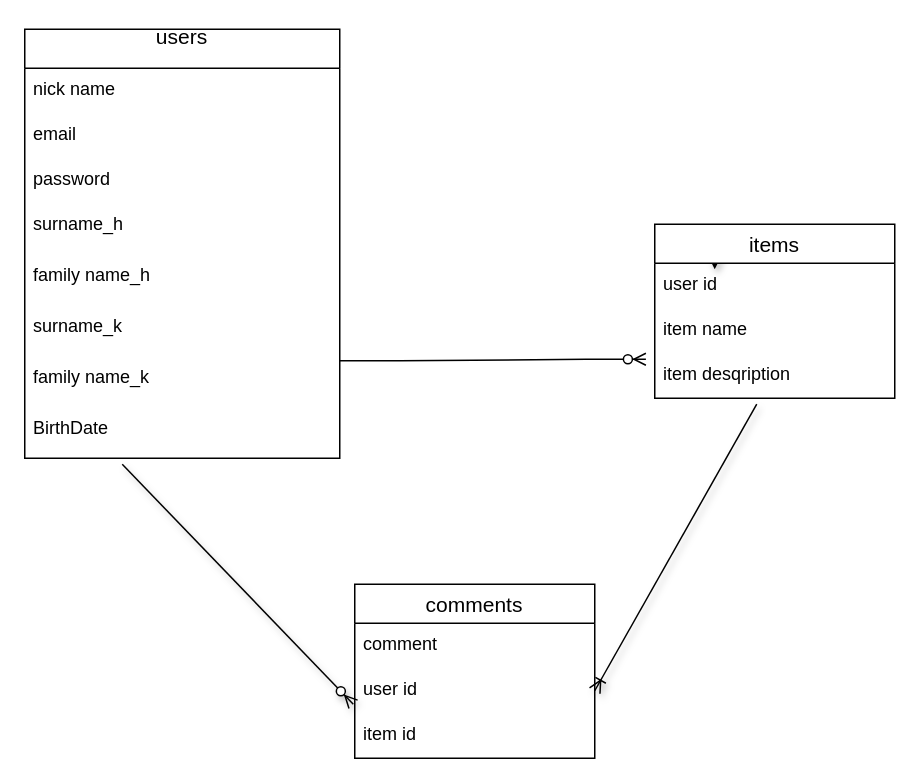
nene4869/furima-31624 keeps this draw.io diagram as .dio. Above is the earlier version. Source tidied: cells renumbered, new cells numbered last; positions are measured from the earlier drawing's top-left corner, leaving out a move shared by most shapes. Both pictures are drawn from the tidied source at 150%, with x=0, y=0 at pixel (24, 28).
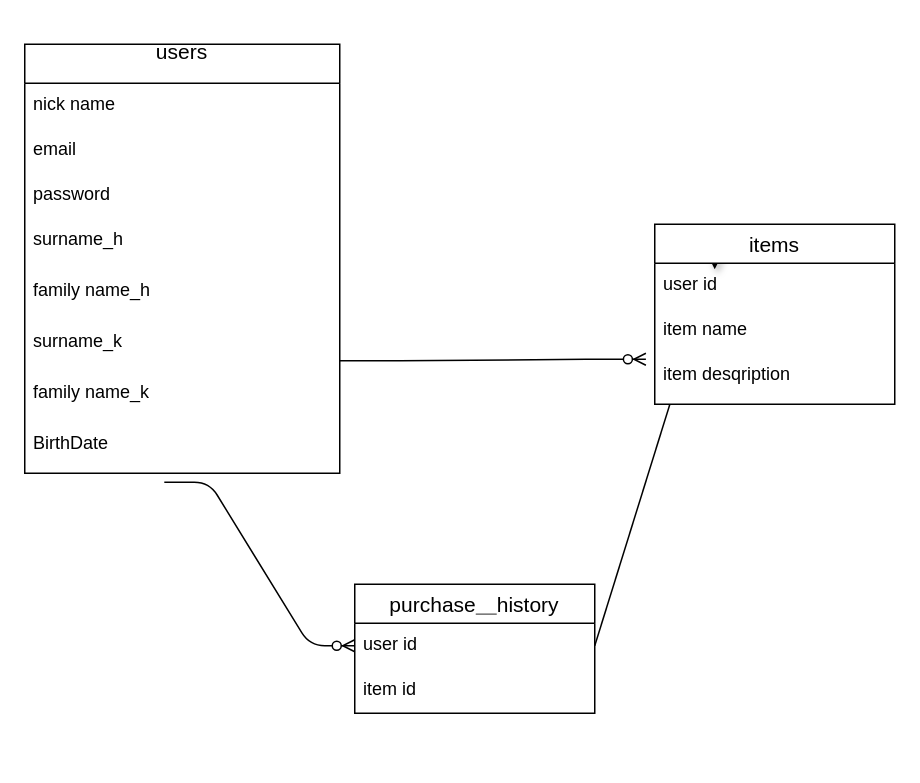
The same diagram, later.

Unchanged cells that the change refers to:
```xml
<mxCell id="13" value="BirthDate" style="text;strokeColor=none;fillColor=none;spacingLeft=4;spacingRight=4;overflow=hidden;points=[[0,0.5],[1,0.5]];portConstraint=eastwest;fontSize=12;" parent="5" vertex="1">
  <mxGeometry y="252" width="210" height="34" as="geometry" />
</mxCell>
```

What changed in the source:
```diff
@@
-    <mxCell id="3" style="fontSize=12;html=1;endArrow=ERzeroToMany;endFill=1;shadow=1;exitX=0.25;exitY=1;exitDx=0;exitDy=0;entryX=-0.006;entryY=0.8;entryDx=0;entryDy=0;entryPerimeter=0;" parent="1" edge="1" target="21">
-      <mxGeometry relative="1" as="geometry">
-        <mxPoint x="65" y="290" as="sourcePoint" />
-      </mxGeometry>
-    </mxCell>
-    <mxCell id="4" style="fontSize=12;html=1;endArrow=ERoneToMany;shadow=1;entryX=1;entryY=0.5;entryDx=0;entryDy=0;exitX=0.425;exitY=1.133;exitDx=0;exitDy=0;exitPerimeter=0;" parent="1" edge="1" source="18" target="21">
-      <mxGeometry relative="1" as="geometry" />
-    </mxCell>
     <mxCell id="5" value="users&#10;" style="swimlane;fontStyle=0;horizontal=1;startSize=26;align=center;fontSize=14;" parent="1" vertex="1">
-      <mxGeometry width="210" height="286" as="geometry" />
+      <mxGeometry y="10" width="210" height="286" as="geometry" />
     </mxCell>
@@
     <mxCell id="15" value="items" style="swimlane;fontStyle=0;horizontal=1;startSize=26;align=center;fontSize=14;" parent="1" vertex="1">
-      <mxGeometry x="420" y="130" width="160" height="116" as="geometry" />
+      <mxGeometry x="420" y="130" width="160" height="120" as="geometry" />
     </mxCell>
@@
     <mxCell id="18" value="item desqription" style="text;strokeColor=none;fillColor=none;spacingLeft=4;spacingRight=4;overflow=hidden;points=[[0,0.5],[1,0.5]];portConstraint=eastwest;fontSize=12;" parent="15" vertex="1">
-      <mxGeometry y="86" width="160" height="30" as="geometry" />
+      <mxGeometry y="86" width="160" height="34" as="geometry" />
     </mxCell>
-    <mxCell id="19" value="comments" style="swimlane;fontStyle=0;horizontal=1;startSize=26;align=center;fontSize=14;" parent="1" vertex="1">
-      <mxGeometry x="220" y="370" width="160" height="116" as="geometry" />
+    <mxCell id="19" value="purchase＿history " style="swimlane;fontStyle=0;horizontal=1;startSize=26;align=center;fontSize=14;" parent="1" vertex="1">
+      <mxGeometry x="220" y="370" width="160" height="86" as="geometry" />
     </mxCell>
-    <mxCell id="20" value="comment" style="text;strokeColor=none;fillColor=none;spacingLeft=4;spacingRight=4;overflow=hidden;fontSize=12;" parent="19" vertex="1">
-      <mxGeometry y="26" width="160" height="30" as="geometry" />
-    </mxCell>
     <mxCell id="21" value="user id" style="text;strokeColor=none;fillColor=none;spacingLeft=4;spacingRight=4;overflow=hidden;points=[[0,0.5],[1,0.5]];portConstraint=eastwest;fontSize=12;" parent="19" vertex="1">
-      <mxGeometry y="56" width="160" height="30" as="geometry" />
+      <mxGeometry y="26" width="160" height="30" as="geometry" />
     </mxCell>
     <mxCell id="22" value="item id" style="text;strokeColor=none;fillColor=none;spacingLeft=4;spacingRight=4;overflow=hidden;fontSize=12;" parent="19" vertex="1">
-      <mxGeometry y="86" width="160" height="30" as="geometry" />
+      <mxGeometry y="56" width="160" height="30" as="geometry" />
     </mxCell>
+    <mxCell id="23" style="endArrow=none;html=1;entryX=0.063;entryY=1;entryDx=0;entryDy=0;entryPerimeter=0;exitX=1;exitY=0.5;exitDx=0;exitDy=0;" parent="1" edge="1" source="21" target="18">
+      <mxGeometry relative="1" as="geometry" />
+    </mxCell>
+    <mxCell id="24" style="edgeStyle=entityRelationEdgeStyle;fontSize=12;html=1;endArrow=ERzeroToMany;endFill=1;exitX=0.443;exitY=1.176;exitDx=0;exitDy=0;exitPerimeter=0;entryX=0;entryY=0.5;entryDx=0;entryDy=0;" parent="1" edge="1" source="13" target="21">
+      <mxGeometry relative="1" as="geometry" />
+    </mxCell>
```
